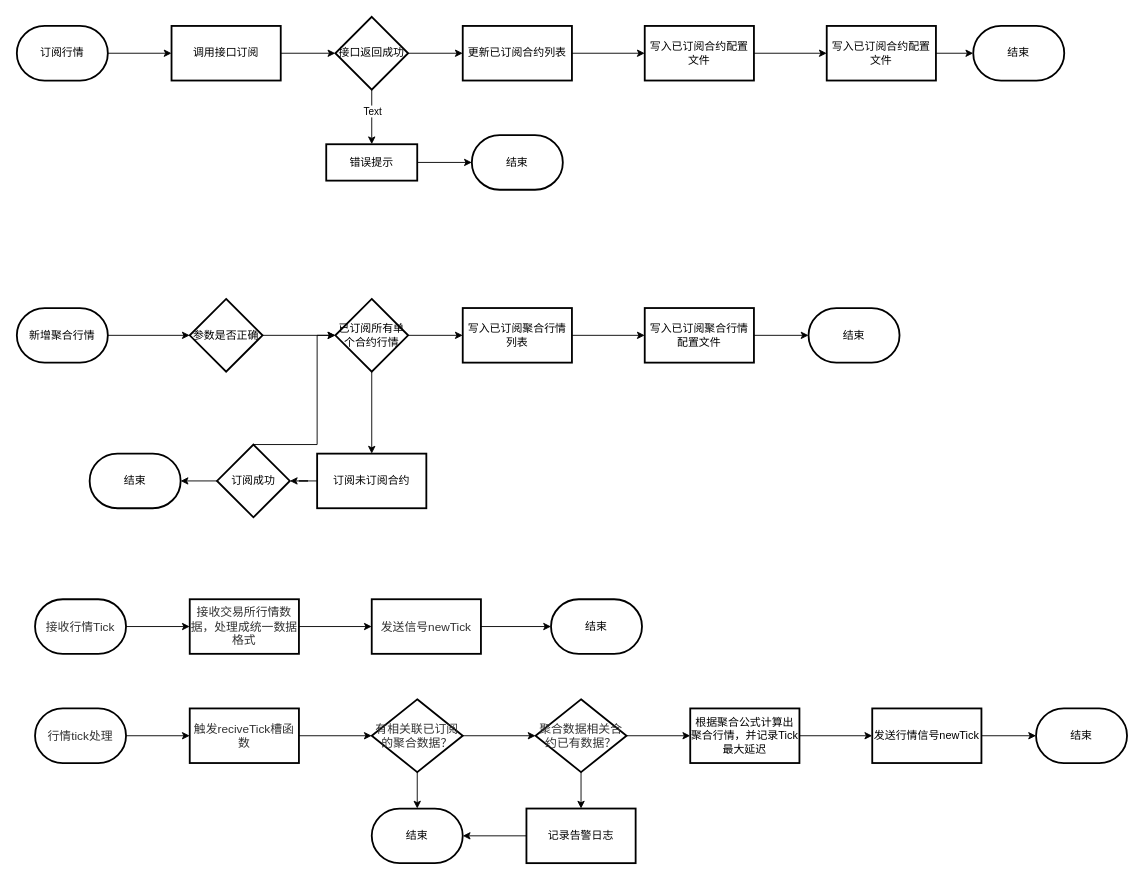
githubLogger/ProjectDocument keeps this draw.io diagram as Untitled Diagram.drawio. Above is the earlier version. Source tidied: cells renumbered, new cells numbered last; positions are measured from the earlier drawing's top-left corner, leaving out a move shared by most shapes. Both pictures are drawn from the tidied source at 91%, with x=0, y=0 at pixel (16, 16).
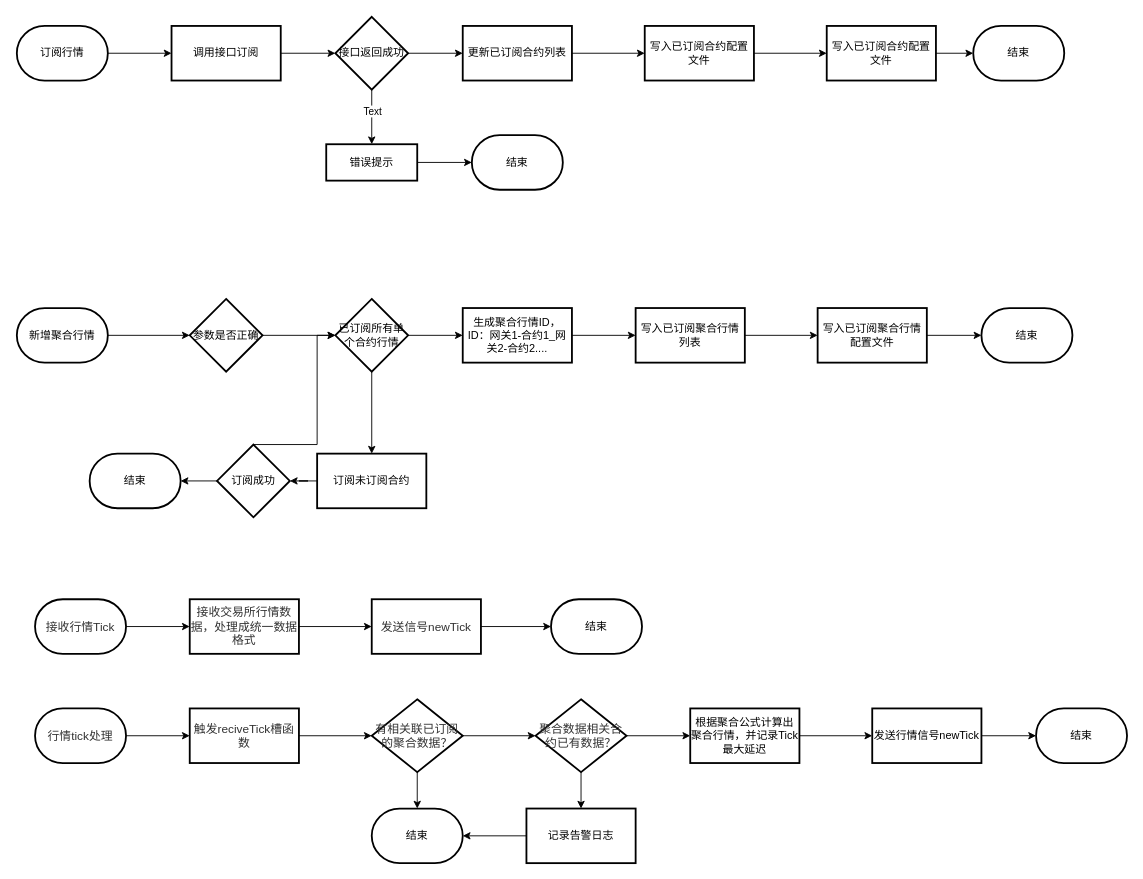
After the change.

Commit message:
修改新增聚合行情流程图

The change refers to these unchanged cells:
```xml
<mxCell id="26" value="已订阅所有单个合约行情" style="rhombus;whiteSpace=wrap;html=1;strokeWidth=2;" parent="1" vertex="1">
  <mxGeometry x="350" y="310" width="80" height="80" as="geometry" />
</mxCell>
```

What changed in the source:
```diff
@@
-    <mxCell id="25" style="edgeStyle=orthogonalEdgeStyle;rounded=0;jettySize=auto;html=1;" parent="1" edge="1" source="26" target="34">
-      <mxGeometry relative="1" as="geometry" />
-    </mxCell>
+    <mxCell id="63" style="edgeStyle=orthogonalEdgeStyle;rounded=0;jettySize=auto;html=1;" parent="1" edge="1" source="26" target="65">
+      <mxGeometry relative="1" as="geometry" />
+    </mxCell>
@@
     <mxCell id="34" value="写入已订阅聚合行情列表" style="whiteSpace=wrap;html=1;strokeWidth=2;" parent="1" vertex="1">
-      <mxGeometry x="490" y="320" width="120" height="60" as="geometry" />
+      <mxGeometry x="680" y="320" width="120" height="60" as="geometry" />
     </mxCell>
@@
     <mxCell id="36" value="写入已订阅聚合行情配置文件" style="whiteSpace=wrap;html=1;strokeWidth=2;" parent="1" vertex="1">
-      <mxGeometry x="690" y="320" width="120" height="60" as="geometry" />
+      <mxGeometry x="880" y="320" width="120" height="60" as="geometry" />
     </mxCell>
     <mxCell id="37" value="结束" style="strokeWidth=2;html=1;shape=mxgraph.flowchart.terminator;whiteSpace=wrap;" parent="1" vertex="1">
-      <mxGeometry x="870" y="320" width="100" height="60" as="geometry" />
+      <mxGeometry x="1060" y="320" width="100" height="60" as="geometry" />
     </mxCell>
@@
+    <mxCell id="64" style="edgeStyle=orthogonalEdgeStyle;rounded=0;jettySize=auto;html=1;" parent="1" edge="1" source="65" target="34">
+      <mxGeometry relative="1" as="geometry" />
+    </mxCell>
+    <mxCell id="65" value="生成聚合行情ID，&lt;br&gt;ID：网关1-合约1_网关2-合约2...." style="whiteSpace=wrap;html=1;strokeWidth=2;" parent="1" vertex="1">
+      <mxGeometry x="490" y="320" width="120" height="60" as="geometry" />
+    </mxCell>
```
